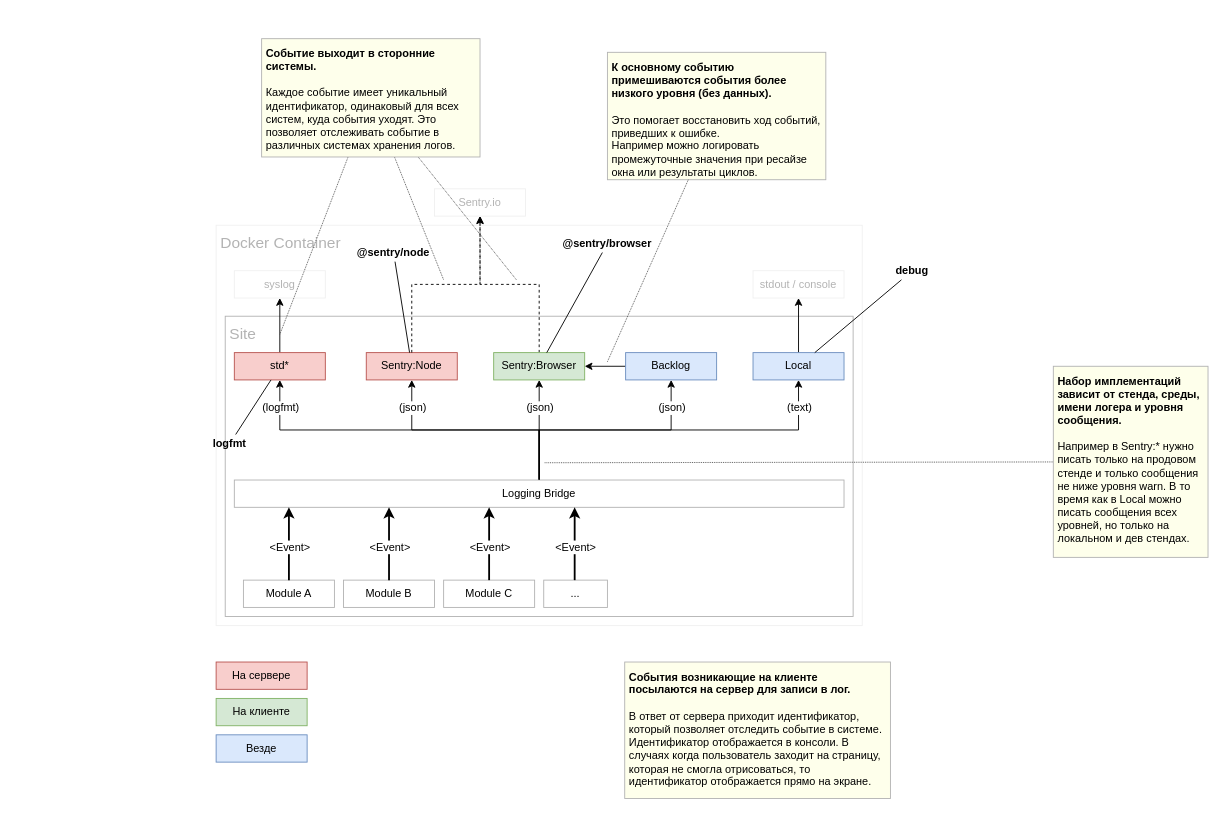
This is tmp.drawio from ajile/draw-io, a draw.io file, before an edit. Source tidied: cells renumbered, new cells numbered last; positions are measured from the earlier drawing's top-left corner, leaving out a move shared by most shapes. Both pictures are drawn from the tidied source at 91%, with x=0, y=0 at pixel (188, 38).
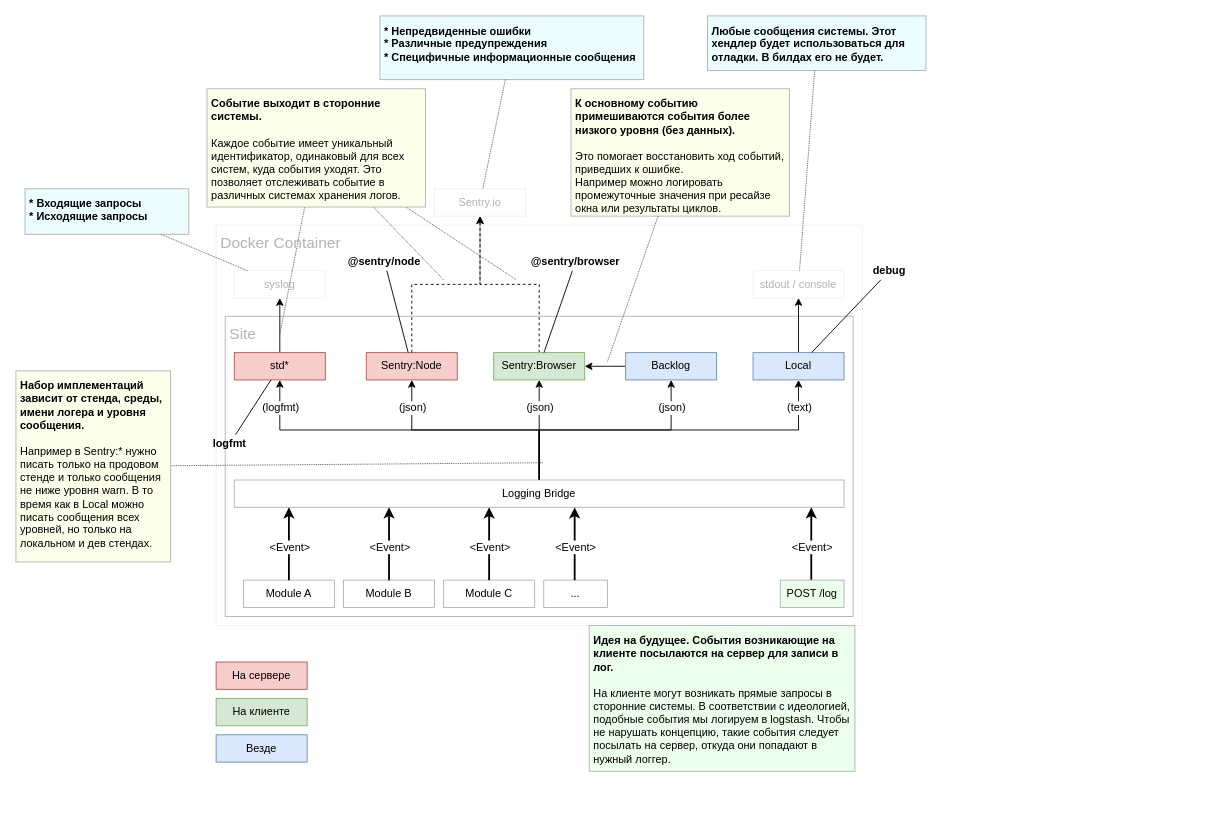
Above is the later version.

Unchanged cells that the change refers to:
```xml
<mxCell id="20" value="syslog" style="rounded=0;whiteSpace=wrap;html=1;strokeColor=#F0F0F0;fontColor=#B3B3B3;" parent="1" vertex="1">
  <mxGeometry x="50" y="255" width="100" height="30" as="geometry" />
</mxCell>
<mxCell id="21" value="Sentry.io&lt;br&gt;" style="rounded=0;whiteSpace=wrap;html=1;strokeColor=#F0F0F0;fontColor=#B3B3B3;" parent="1" vertex="1">
  <mxGeometry x="270" y="165" width="100" height="30" as="geometry" />
</mxCell>
<mxCell id="37" value="stdout / console" style="rounded=0;whiteSpace=wrap;html=1;strokeColor=#F0F0F0;fontColor=#B3B3B3;" parent="1" vertex="1">
  <mxGeometry x="620" y="255" width="100" height="30" as="geometry" />
</mxCell>
```

The edit, as a diff of the source:
```diff
@@
-    <mxCell id="26" value="..." style="rounded=0;whiteSpace=wrap;html=1;strokeColor=#B3B3B3;" parent="1" vertex="1">
-      <mxGeometry x="390" y="595" width="70" height="30" as="geometry" />
-    </mxCell>
@@
-    <mxCell id="31" style="edgeStyle=orthogonalEdgeStyle;rounded=0;orthogonalLoop=1;jettySize=auto;html=1;strokeWidth=2;entryX=0.113;entryY=1;entryDx=0;entryDy=0;entryPerimeter=0;exitX=0.5;exitY=0;exitDx=0;exitDy=0;" parent="1" edge="1">
-      <mxGeometry relative="1" as="geometry">
-        <mxPoint x="424" y="595" as="sourcePoint" />
-        <mxPoint x="424" y="515" as="targetPoint" />
-      </mxGeometry>
-    </mxCell>
-    <mxCell id="32" value="&amp;lt;Event&amp;gt;&lt;br&gt;" style="text;html=1;align=center;verticalAlign=middle;labelBackgroundColor=#ffffff;" parent="31" vertex="1">
-      <mxGeometry x="-0.07" relative="1" as="geometry" />
-    </mxCell>
@@
+    <mxCell id="26" value="..." style="rounded=0;whiteSpace=wrap;html=1;strokeColor=#B3B3B3;" parent="1" vertex="1">
+      <mxGeometry x="390" y="595" width="70" height="30" as="geometry" />
+    </mxCell>
+    <mxCell id="31" style="edgeStyle=orthogonalEdgeStyle;rounded=0;orthogonalLoop=1;jettySize=auto;html=1;strokeWidth=2;entryX=0.113;entryY=1;entryDx=0;entryDy=0;entryPerimeter=0;exitX=0.5;exitY=0;exitDx=0;exitDy=0;" parent="1" edge="1">
+      <mxGeometry relative="1" as="geometry">
+        <mxPoint x="424" y="595" as="sourcePoint" />
+        <mxPoint x="424" y="515" as="targetPoint" />
+      </mxGeometry>
+    </mxCell>
+    <mxCell id="32" value="&amp;lt;Event&amp;gt;&lt;br&gt;" style="text;html=1;align=center;verticalAlign=middle;labelBackgroundColor=#ffffff;" parent="31" vertex="1">
+      <mxGeometry x="-0.07" relative="1" as="geometry" />
+    </mxCell>
+    <mxCell id="62" style="edgeStyle=orthogonalEdgeStyle;rounded=0;orthogonalLoop=1;jettySize=auto;html=1;strokeWidth=2;entryX=0.113;entryY=1;entryDx=0;entryDy=0;entryPerimeter=0;exitX=0.5;exitY=0;exitDx=0;exitDy=0;" parent="1" edge="1">
+      <mxGeometry relative="1" as="geometry">
+        <mxPoint x="684" y="595" as="sourcePoint" />
+        <mxPoint x="684" y="515" as="targetPoint" />
+      </mxGeometry>
+    </mxCell>
+    <mxCell id="63" value="&amp;lt;Event&amp;gt;&lt;br&gt;" style="text;html=1;align=center;verticalAlign=middle;labelBackgroundColor=#ffffff;" parent="62" vertex="1">
+      <mxGeometry x="-0.07" relative="1" as="geometry" />
+    </mxCell>
+    <mxCell id="64" value="POST /log" style="rounded=0;whiteSpace=wrap;html=1;strokeColor=#B3B3B3;fillColor=#EBFFEB;" parent="1" vertex="1">
+      <mxGeometry x="650" y="595" width="70" height="30" as="geometry" />
+    </mxCell>
@@
     <mxCell id="46" value="@sentry/browser" style="text;html=1;strokeColor=none;fillColor=none;align=center;verticalAlign=middle;whiteSpace=wrap;rounded=0;fontStyle=1;" parent="44" vertex="1">
-      <mxGeometry x="415" y="215" width="90" height="20" as="geometry" />
+      <mxGeometry x="380" y="235" width="90" height="20" as="geometry" />
     </mxCell>
@@
     <mxCell id="48" value="debug" style="text;html=1;strokeColor=none;fillColor=none;align=center;verticalAlign=middle;whiteSpace=wrap;rounded=0;fontStyle=1;" parent="44" vertex="1">
-      <mxGeometry x="750" y="245" width="90" height="20" as="geometry" />
+      <mxGeometry x="740" y="245" width="60" height="20" as="geometry" />
     </mxCell>
@@
     <mxCell id="51" value="@sentry/node" style="text;html=1;strokeColor=none;fillColor=none;align=center;verticalAlign=middle;whiteSpace=wrap;rounded=0;fontStyle=1;" parent="44" vertex="1">
-      <mxGeometry x="170" y="225" width="110" height="20" as="geometry" />
+      <mxGeometry x="160" y="235" width="110" height="20" as="geometry" />
     </mxCell>
@@
     <mxCell id="55" value="&lt;b&gt;Набор имплементаций зависит от стенда, среды, имени логера и уровня сообщения.&lt;/b&gt;&lt;br&gt;&lt;br&gt;Например в&amp;nbsp;Sentry:* нужно писать только на продовом стенде и только сообщения не ниже уровня&amp;nbsp;warn. В то время как в Local можно писать сообщения всех уровней, но только на локальном и дев стендах.&lt;br&gt;" style="text;html=1;strokeColor=#B3B3B3;fillColor=#FEFFEB;align=left;verticalAlign=top;whiteSpace=wrap;rounded=0;spacing=5;" parent="53" vertex="1">
-      <mxGeometry x="950" y="360" width="170" height="210" as="geometry" />
+      <mxGeometry x="-190" y="365" width="170" height="210" as="geometry" />
     </mxCell>
-    <mxCell id="56" value="&lt;b&gt;События возникающие на клиенте посылаются на сервер для записи в лог.&lt;/b&gt;&lt;br&gt;&lt;br&gt;В ответ от сервера приходит идентификатор, который позволяет отследить событие в системе. Идентификатор отображается в консоли. В случаях когда пользователь заходит на страницу, которая не смогла отрисоваться, то идентификатор отображается прямо на экране.&lt;br&gt;" style="text;html=1;strokeColor=#B3B3B3;fillColor=#FEFFEB;align=left;verticalAlign=top;whiteSpace=wrap;rounded=0;spacing=5;" parent="53" vertex="1">
-      <mxGeometry x="479" y="685" width="292" height="150" as="geometry" />
+    <mxCell id="56" value="&lt;b&gt;Идея на будущее. События возникающие на клиенте посылаются на сервер для записи в лог.&lt;/b&gt;&lt;br&gt;&lt;br&gt;На клиенте могут возникать прямые запросы в сторонние системы. В соответствии с идеологией, подобные события мы логируем в logstash. Чтобы не нарушать концепцию, такие события следует посылать на сервер, откуда они попадают в нужный логгер.&lt;br&gt;" style="text;html=1;strokeColor=#B3B3B3;fillColor=#EBFFEB;align=left;verticalAlign=top;whiteSpace=wrap;rounded=0;spacing=5;" parent="53" vertex="1">
+      <mxGeometry x="440" y="645" width="292" height="160" as="geometry" />
     </mxCell>
@@
     <mxCell id="59" value="&lt;b&gt;Событие выходит в сторонние системы.&lt;/b&gt;&lt;br&gt;&lt;br&gt;Каждое событие имеет уникальный идентификатор, одинаковый для всех систем, куда события уходят. Это позволяет отслеживать событие в различных системах хранения логов.&lt;br&gt;" style="text;html=1;strokeColor=#B3B3B3;fillColor=#FEFFEB;align=left;verticalAlign=top;whiteSpace=wrap;rounded=0;spacing=5;" parent="53" vertex="1">
-      <mxGeometry x="80" width="240" height="130" as="geometry" />
+      <mxGeometry x="20" y="55" width="240" height="130" as="geometry" />
     </mxCell>
     <mxCell id="60" value="&lt;b&gt;К основному событию примешиваются события более низкого уровня (без данных).&lt;/b&gt;&lt;br&gt;&lt;br&gt;Это помогает восстановить ход событий, приведших к ошибке.&lt;br&gt;Например можно логировать промежуточные значения при ресайзе окна или результаты циклов.&lt;br&gt;" style="text;html=1;strokeColor=#B3B3B3;fillColor=#FEFFEB;align=left;verticalAlign=top;whiteSpace=wrap;rounded=0;spacing=5;" parent="53" vertex="1">
-      <mxGeometry x="460" y="15" width="240" height="140" as="geometry" />
+      <mxGeometry x="420" y="55" width="240" height="140" as="geometry" />
     </mxCell>
@@
+    <mxCell id="65" parent="0" />
+    <mxCell id="66" value="&lt;b&gt;* Входящие запросы&lt;/b&gt;&lt;b&gt;&lt;br&gt;&lt;/b&gt;&lt;b&gt;* Исходящие запросы&lt;/b&gt;&lt;b&gt;&lt;br&gt;&lt;/b&gt;" style="text;html=1;strokeColor=#B3B3B3;fillColor=#EBFDFF;align=left;verticalAlign=top;whiteSpace=wrap;rounded=0;spacing=5;" parent="65" vertex="1">
+      <mxGeometry x="-180" y="165" width="180" height="50" as="geometry" />
+    </mxCell>
+    <mxCell id="67" style="edgeStyle=none;rounded=0;jettySize=auto;html=1;endArrow=none;endFill=0;fontColor=#B3B3B3;dashed=1;strokeColor=#4D4D4D;dashPattern=1 1;" parent="65" edge="1" source="66" target="20">
+      <mxGeometry relative="1" as="geometry" />
+    </mxCell>
+    <mxCell id="68" value="&lt;b&gt;* Непредвиденные ошибки&lt;/b&gt;&lt;b&gt;&lt;br&gt;&lt;/b&gt;&lt;b&gt;* Различные предупреждения&lt;br&gt;* Специфичные информационные сообщения&lt;/b&gt;&lt;br&gt;" style="text;html=1;strokeColor=#B3B3B3;fillColor=#EBFDFF;align=left;verticalAlign=top;whiteSpace=wrap;rounded=0;spacing=5;" parent="65" vertex="1">
+      <mxGeometry x="210" y="-25" width="290" height="70" as="geometry" />
+    </mxCell>
+    <mxCell id="69" style="edgeStyle=none;rounded=0;jettySize=auto;html=1;endArrow=none;endFill=0;fontColor=#B3B3B3;dashed=1;strokeColor=#4D4D4D;dashPattern=1 1;" parent="65" edge="1" source="68" target="21">
+      <mxGeometry relative="1" as="geometry" />
+    </mxCell>
+    <mxCell id="70" value="&lt;b&gt;Любые сообщения системы. Этот хендлер будет использоваться для отладки. В билдах его не будет.&lt;/b&gt;&lt;br&gt;" style="text;html=1;strokeColor=#B3B3B3;fillColor=#EBFDFF;align=left;verticalAlign=top;whiteSpace=wrap;rounded=0;spacing=5;" parent="65" vertex="1">
+      <mxGeometry x="570" y="-25" width="240" height="60" as="geometry" />
+    </mxCell>
+    <mxCell id="71" style="edgeStyle=none;rounded=0;jettySize=auto;html=1;endArrow=none;endFill=0;fontColor=#B3B3B3;dashed=1;strokeColor=#4D4D4D;dashPattern=1 1;" parent="65" edge="1" source="70" target="37">
+      <mxGeometry relative="1" as="geometry" />
+    </mxCell>
```
